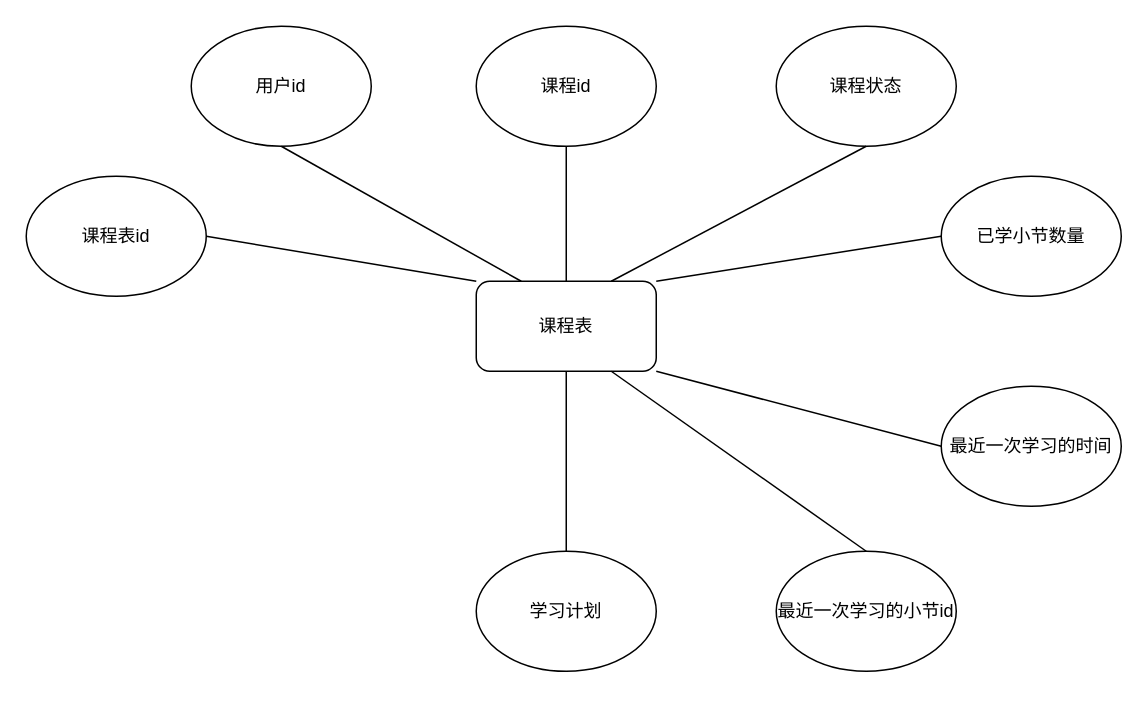
This is learnhub/课程表ER图.drawio from lianyutian/drawio, a draw.io file, before an edit. Source tidied: cells renumbered, new cells numbered last; positions are measured from the earlier drawing's top-left corner, leaving out a move shared by most shapes. Both pictures are drawn from the tidied source at 150%, with x=0, y=0 at pixel (26, 26).
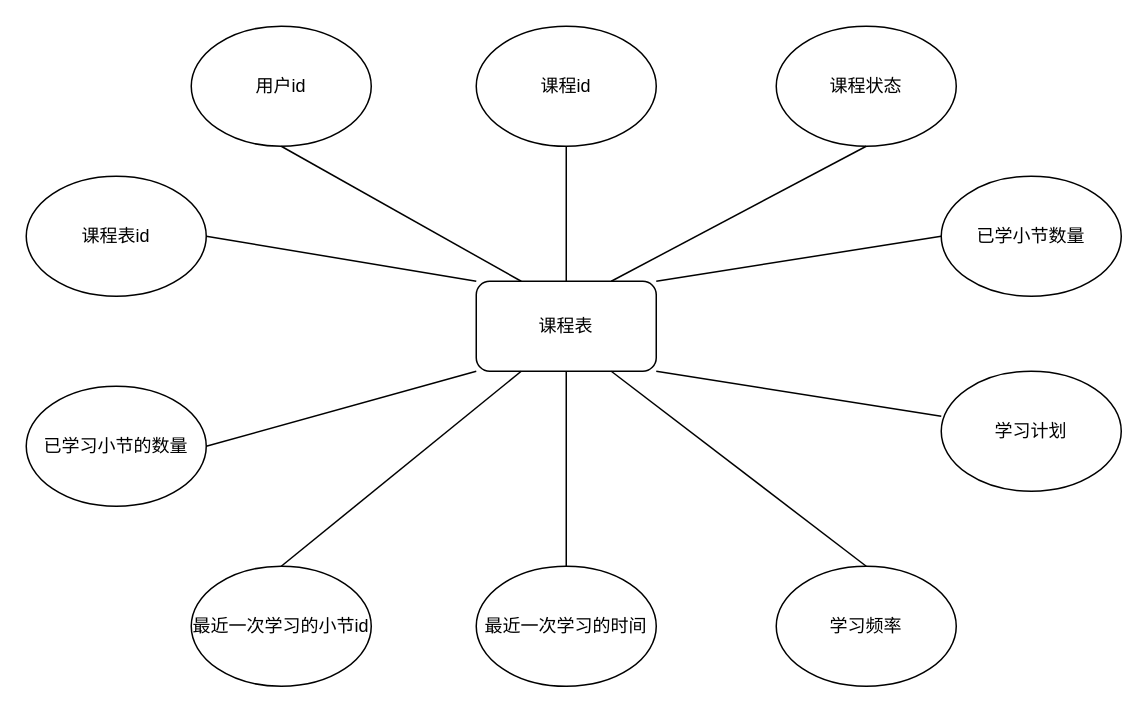
The same diagram, later.

Commit message (it also covers changes not shown here):
更新课程表ER图.drawio

Unchanged cells that the change refers to:
```xml
<mxCell id="2" value="课程表" style="rounded=1;whiteSpace=wrap;html=1;" parent="1" vertex="1">
  <mxGeometry x="300" y="170" width="120" height="60" as="geometry" />
</mxCell>
```

Diff of the diagram source:
```diff
@@
     <mxCell id="8" value="最近一次学习的小节id" style="ellipse;whiteSpace=wrap;html=1;" parent="1" vertex="1">
-      <mxGeometry x="500" y="350" width="120" height="80" as="geometry" />
+      <mxGeometry x="110" y="360" width="120" height="80" as="geometry" />
     </mxCell>
     <mxCell id="9" value="最近一次学习的时间" style="ellipse;whiteSpace=wrap;html=1;" parent="1" vertex="1">
-      <mxGeometry x="610" y="240" width="120" height="80" as="geometry" />
+      <mxGeometry x="300" y="360" width="120" height="80" as="geometry" />
     </mxCell>
@@
-    <mxCell id="15" style="endArrow=none;html=1;rounded=0;entryX=0.75;entryY=1;entryDx=0;entryDy=0;exitX=0.5;exitY=0;exitDx=0;exitDy=0;" parent="1" edge="1" source="8" target="2">
+    <mxCell id="15" style="endArrow=none;html=1;rounded=0;entryX=0.25;entryY=1;entryDx=0;entryDy=0;exitX=0.5;exitY=0;exitDx=0;exitDy=0;" parent="1" edge="1" source="8" target="2">
       <mxGeometry relative="1" as="geometry" />
     </mxCell>
-    <mxCell id="16" style="endArrow=none;html=1;rounded=0;entryX=0;entryY=0.5;entryDx=0;entryDy=0;exitX=1;exitY=1;exitDx=0;exitDy=0;" parent="1" edge="1" source="2" target="9">
-      <mxGeometry relative="1" as="geometry" />
+    <mxCell id="16" style="endArrow=none;html=1;rounded=0;entryX=0.5;entryY=0;entryDx=0;entryDy=0;" parent="1" edge="1" target="9">
+      <mxGeometry relative="1" as="geometry">
+        <mxPoint x="360" y="230" as="sourcePoint" />
+      </mxGeometry>
     </mxCell>
     <mxCell id="17" value="学习计划" style="ellipse;whiteSpace=wrap;html=1;" parent="1" vertex="1">
-      <mxGeometry x="300" y="350" width="120" height="80" as="geometry" />
+      <mxGeometry x="610" y="230" width="120" height="80" as="geometry" />
     </mxCell>
-    <mxCell id="18" style="endArrow=none;html=1;rounded=0;entryX=0.5;entryY=1;entryDx=0;entryDy=0;exitX=0.5;exitY=0;exitDx=0;exitDy=0;" parent="1" edge="1" source="17" target="2">
+    <mxCell id="18" style="endArrow=none;html=1;rounded=0;entryX=1;entryY=1;entryDx=0;entryDy=0;exitX=0;exitY=0.375;exitDx=0;exitDy=0;exitPerimeter=0;" parent="1" edge="1" source="17" target="2">
       <mxGeometry relative="1" as="geometry" />
     </mxCell>
+    <mxCell id="19" value="已学习小节的数量" style="ellipse;whiteSpace=wrap;html=1;" parent="1" vertex="1">
+      <mxGeometry y="240" width="120" height="80" as="geometry" />
+    </mxCell>
+    <mxCell id="20" style="endArrow=none;html=1;rounded=0;exitX=1;exitY=0.5;exitDx=0;exitDy=0;" parent="1" edge="1" source="19">
+      <mxGeometry relative="1" as="geometry">
+        <mxPoint x="300" y="230" as="targetPoint" />
+      </mxGeometry>
+    </mxCell>
+    <mxCell id="21" value="学习频率" style="ellipse;whiteSpace=wrap;html=1;" parent="1" vertex="1">
+      <mxGeometry x="500" y="360" width="120" height="80" as="geometry" />
+    </mxCell>
+    <mxCell id="22" style="endArrow=none;html=1;rounded=0;entryX=0.5;entryY=0;entryDx=0;entryDy=0;exitX=0.75;exitY=1;exitDx=0;exitDy=0;" parent="1" edge="1" source="2" target="21">
+      <mxGeometry relative="1" as="geometry" />
+    </mxCell>
```
